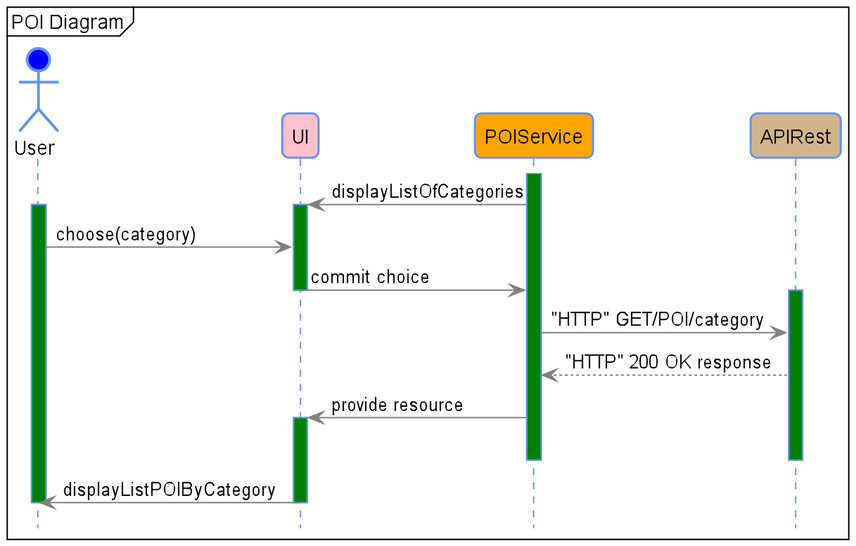
The PlantUML diagram src/docs/diagrammSequencePOI.png in AffinityNow/SmartMapperBackend, before a commit. Source of this version:
```plantuml
@startuml
!include style/commons.style

mainframe POI Diagram

actor User #blue
participant UI #pink
participant POIService #orange
participant APIRest #tan

activate POIService #green
POIService -> UI: displayListOfCategories
activate UI #green

activate User #green
User -> UI: choose(category)

UI -> POIService: commit choice
deactivate UI
activate APIRest #green

POIService -> APIRest: "HTTP" GET/POI/category
APIRest --> POIService:"HTTP" 200 OK response

POIService -> UI: provide resource
activate UI #green
deactivate APIRest
deactivate POIService

UI -> User: displayListPOIByCategory

deactivate POIService
deactivate UI
deactivate User

@enduml
```
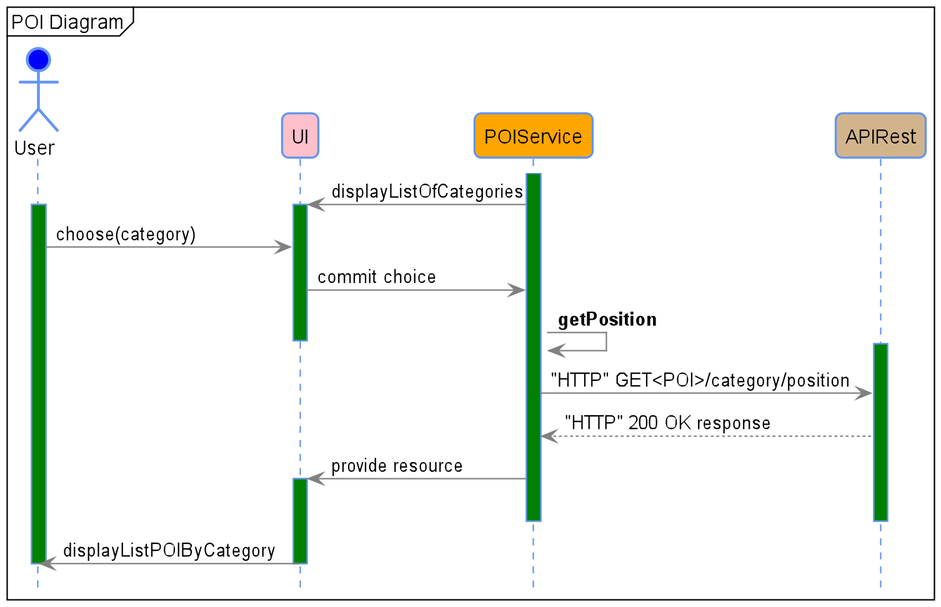
After the change.

Commit message:
updating plantuml POI diagram

The edit, as a diff of the source:
```diff
@@ -16,10 +16,11 @@
 User -> UI: choose(category)
 
 UI -> POIService: commit choice
+POIService -> POIService: **getPosition**
 deactivate UI
 activate APIRest #green
 
-POIService -> APIRest: "HTTP" GET/POI/category
+POIService -> APIRest: "HTTP" GET<POI>/category/position
 APIRest --> POIService:"HTTP" 200 OK response
 
 POIService -> UI: provide resource
```
